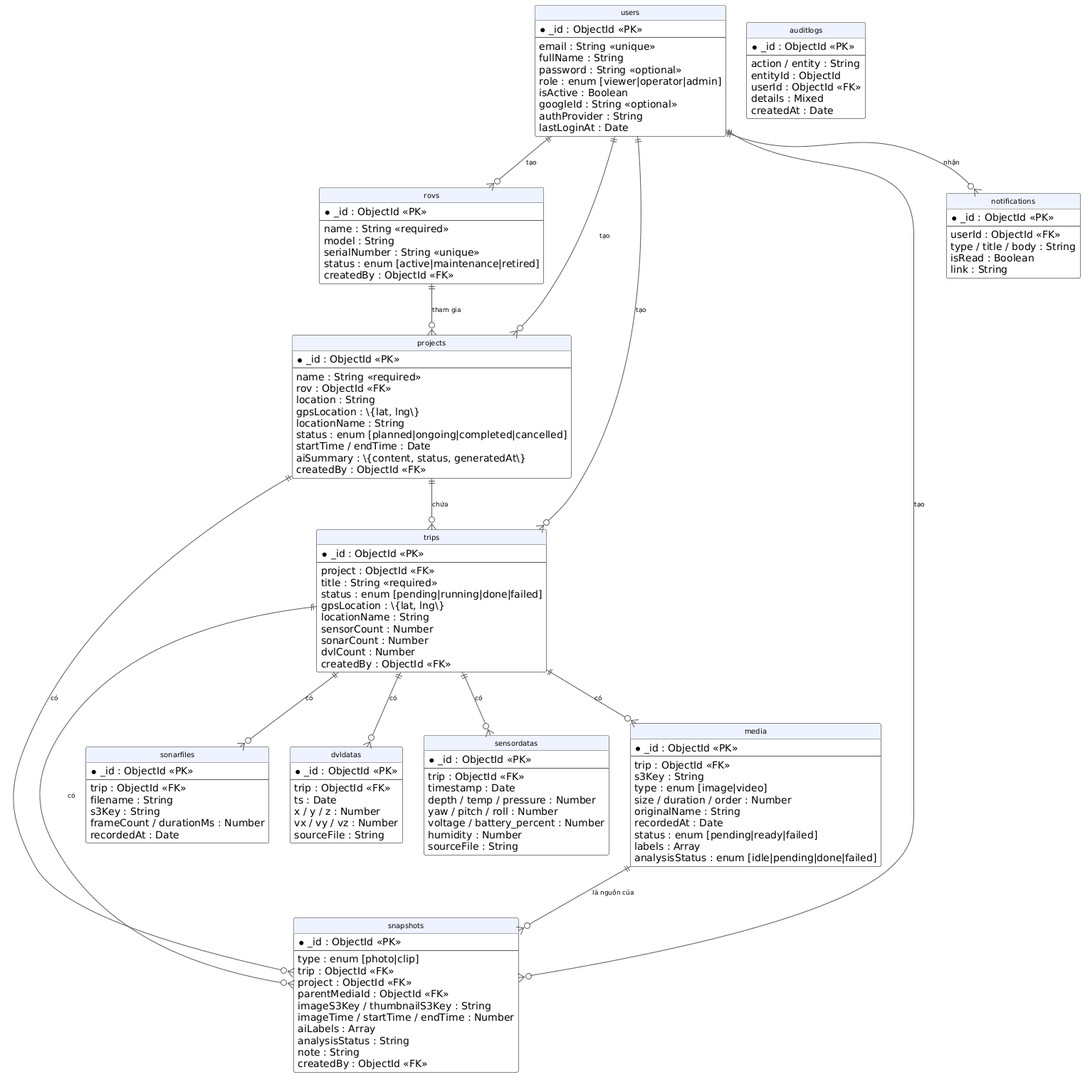
Earlier version of the PlantUML export my_thesis/Hinhve/er_diagram.png (thanhleesenpai/rov-management). Its source is kept beside it as my_thesis/Hinhve/er_diagram.puml.
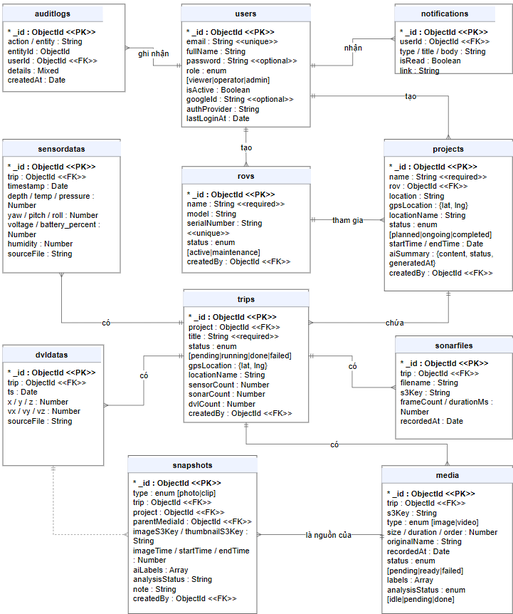
The same diagram one commit later.

Change to the diagram source:
```diff
@@ -1,17 +1,22 @@
 @startuml er_diagram
 skinparam backgroundColor White
+
+skinparam linetype ortho
+skinparam nodesep 40
+skinparam ranksep 60
+
 skinparam class {
   BackgroundColor White
   BorderColor #555
   HeaderBackgroundColor #EEF3FF
-  FontSize 10
+  FontSize 13
+  AttributeFontSize 12
 }
 skinparam arrow {
   Color #555
-  FontSize 9
+  FontSize 11
+  FontWeight bold
 }
-skinparam ranksep 60
-skinparam nodesep 30
 hide circle
 hide methods
 
@@ -26,6 +31,25 @@
   googleId : String <<optional>>
   authProvider : String
   lastLoginAt : Date
+}
+
+entity "auditlogs" {
+  * _id : ObjectId <<PK>>
+  --
+  action / entity : String
+  entityId : ObjectId
+  userId : ObjectId <<FK>>
+  details : Mixed
+  createdAt : Date
+}
+
+entity "notifications" {
+  * _id : ObjectId <<PK>>
+  --
+  userId : ObjectId <<FK>>
+  type / title / body : String
+  isRead : Boolean
+  link : String
 }
 
 entity "rovs" {
@@ -78,6 +102,26 @@
   sourceFile : String
 }
 
+entity "sonarfiles" {
+  * _id : ObjectId <<PK>>
+  --
+  trip : ObjectId <<FK>>
+  filename : String
+  s3Key : String
+  frameCount / durationMs : Number
+  recordedAt : Date
+}
+
+entity "dvldatas" {
+  * _id : ObjectId <<PK>>
+  --
+  trip : ObjectId <<FK>>
+  ts : Date
+  x / y / z : Number
+  vx / vy / vz : Number
+  sourceFile : String
+}
+
 entity "media" {
   * _id : ObjectId <<PK>>
   --
@@ -107,62 +151,24 @@
   createdBy : ObjectId <<FK>>
 }
 
-entity "notifications" {
-  * _id : ObjectId <<PK>>
-  --
-  userId : ObjectId <<FK>>
-  type / title / body : String
-  isRead : Boolean
-  link : String
-}
 
-entity "auditlogs" {
-  * _id : ObjectId <<PK>>
-  --
-  action / entity : String
-  entityId : ObjectId
-  userId : ObjectId <<FK>>
-  details : Mixed
-  createdAt : Date
-}
-
-entity "sonarfiles" {
-  * _id : ObjectId <<PK>>
-  --
-  trip : ObjectId <<FK>>
-  filename : String
-  s3Key : String
-  frameCount / durationMs : Number
-  recordedAt : Date
-}
-
-entity "dvldatas" {
-  * _id : ObjectId <<PK>>
-  --
-  trip : ObjectId <<FK>>
-  ts : Date
-  x / y / z : Number
-  vx / vy / vz : Number
-  sourceFile : String
-}
-
+users ||--o{ auditlogs : "ghi nhận"
+users ||--o{ notifications : "nhận"
 users ||--o{ rovs : "tạo"
 users ||--o{ projects : "tạo"
-users ||--o{ trips : "tạo"
-users ||--o{ notifications : "nhận"
-users ||--o{ snapshots : "tạo"
 
-rovs ||--o{ projects : "tham gia"
-
+rovs ||-right-o{ projects : "tham gia"
 projects ||--o{ trips : "chứa"
-projects ||--o{ snapshots : "có"
-
 trips ||--o{ sensordatas : "có"
-trips ||--o{ media : "có"
-trips ||--o{ snapshots : "có"
 trips ||--o{ sonarfiles : "có"
 trips ||--o{ dvldatas : "có"
+trips ||--o{ media : "có"
 
 media ||--o{ snapshots : "là nguồn của"
+trips ||--o{ snapshots : "có"
+
+projects ||..o{ snapshots : "có"
+users ||..o{ trips : "tạo"
+users ||..o{ snapshots : "tạo"
 
 @enduml
```
